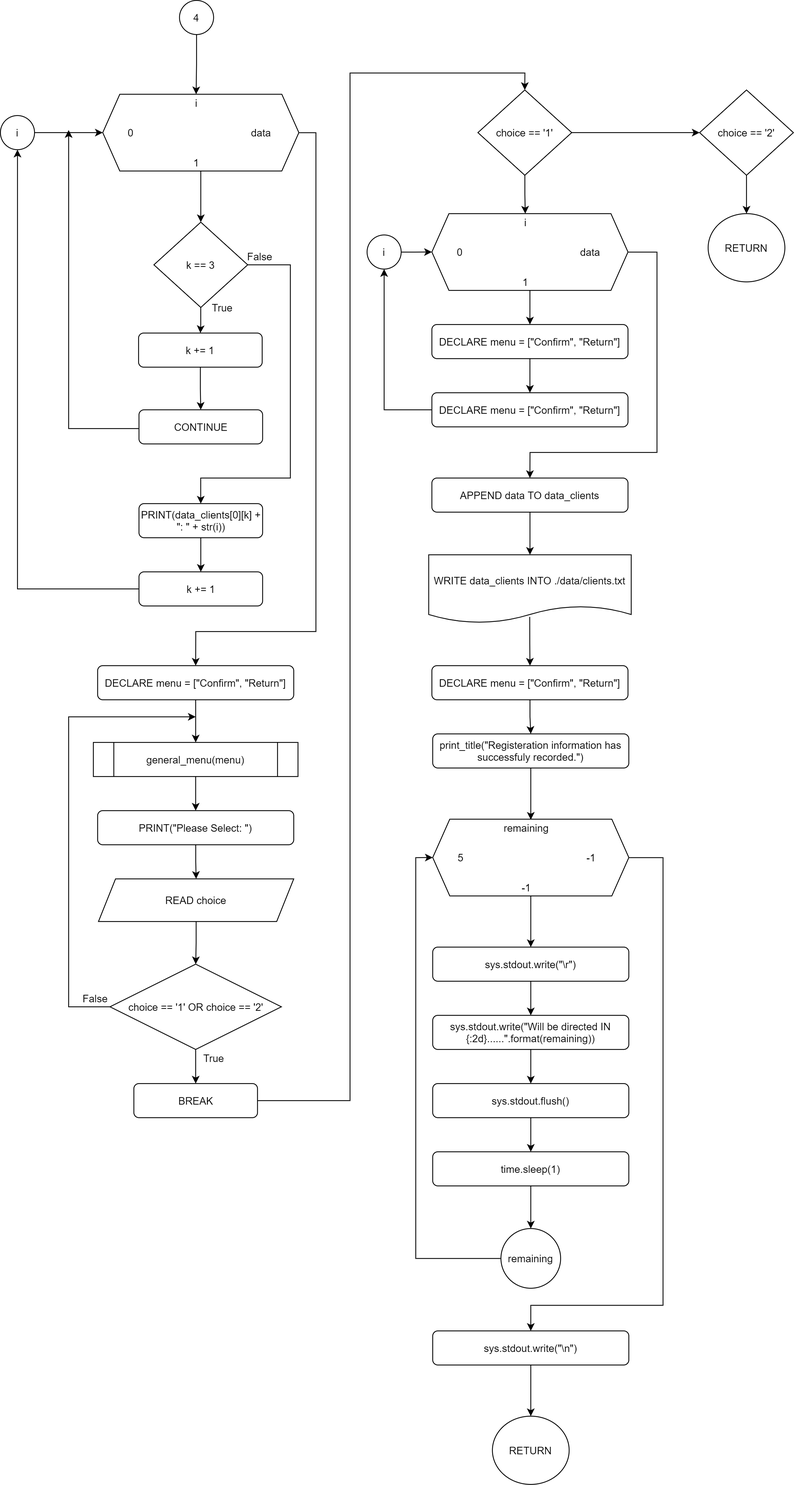
This is Flowchart/default/register_interface-Page-2.png from RabbitBear00/Car-Rental-System, a draw.io export, as it was before one commit. Source tidied: cells renumbered, new cells last; positions are measured from the earlier drawing's top-left corner, leaving out a move shared by most shapes.
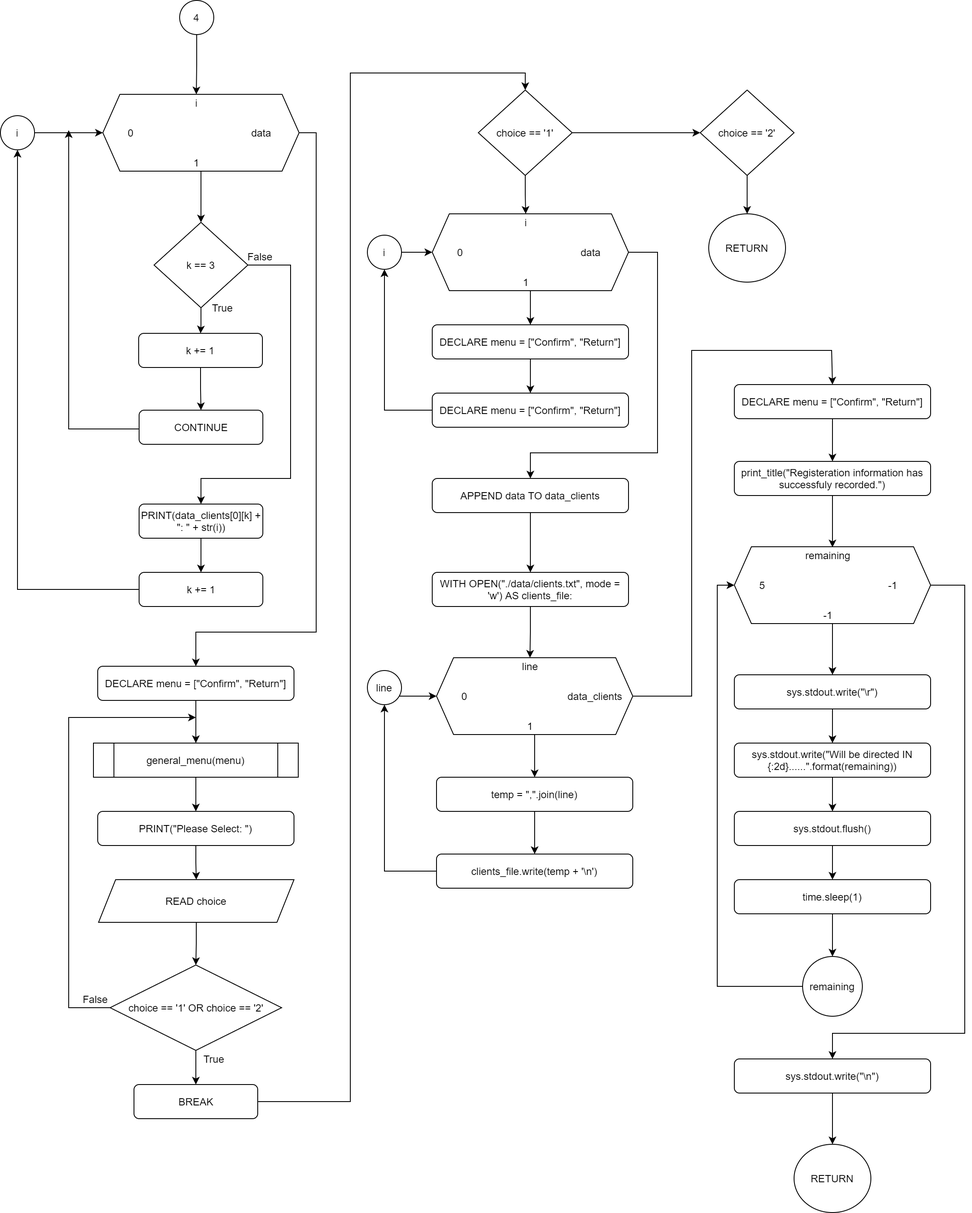
The same file after the commit.

Change to the diagram source:
```diff
@@ -206,18 +206,12 @@
     <mxCell id="60" value="i" style="ellipse;whiteSpace=wrap;html=1;" parent="1" vertex="1">
       <mxGeometry x="430" y="275" width="40" height="40" as="geometry" />
     </mxCell>
-    <mxCell id="61" style="edgeStyle=orthogonalEdgeStyle;rounded=0;jettySize=auto;html=1;" parent="1" edge="1" source="62" target="64">
-      <mxGeometry relative="1" as="geometry" />
-    </mxCell>
+    <mxCell id="91" style="edgeStyle=orthogonalEdgeStyle;rounded=0;jettySize=auto;html=1;entryX=0.5;entryY=0;entryDx=0;entryDy=0;" parent="1" edge="1" source="62" target="93">
+      <mxGeometry relative="1" as="geometry" />
+    </mxCell>
     <mxCell id="62" value="APPEND data TO data_clients" style="rounded=1;whiteSpace=wrap;html=1;" parent="1" vertex="1">
       <mxGeometry x="506" y="560" width="230" height="40" as="geometry" />
     </mxCell>
-    <mxCell id="63" style="edgeStyle=orthogonalEdgeStyle;rounded=0;jettySize=auto;html=1;exitX=0.499;exitY=0.91;exitDx=0;exitDy=0;exitPerimeter=0;" parent="1" edge="1" source="64" target="67">
-      <mxGeometry relative="1" as="geometry" />
-    </mxCell>
-    <mxCell id="64" value="&lt;span&gt;WRITE data_clients INTO&amp;nbsp;./data/clients.txt&lt;/span&gt;" style="shape=document;whiteSpace=wrap;html=1;boundedLbl=1;size=0.25;" parent="1" vertex="1">
-      <mxGeometry x="502.2" y="650" width="237.5" height="80" as="geometry" />
-    </mxCell>
     <mxCell id="65" style="edgeStyle=orthogonalEdgeStyle;rounded=0;jettySize=auto;html=1;entryX=0.5;entryY=0;entryDx=0;entryDy=0;" parent="1" edge="1" source="49" target="62">
       <mxGeometry relative="1" as="geometry">
         <Array as="points">
@@ -231,16 +225,16 @@
       <mxGeometry relative="1" as="geometry" />
     </mxCell>
     <mxCell id="67" value="DECLARE menu = [&quot;Confirm&quot;, &quot;Return&quot;]" style="rounded=1;whiteSpace=wrap;html=1;" parent="1" vertex="1">
-      <mxGeometry x="506" y="780" width="230" height="40" as="geometry" />
+      <mxGeometry x="860" y="450" width="230" height="40" as="geometry" />
     </mxCell>
     <mxCell id="68" style="edgeStyle=orthogonalEdgeStyle;rounded=0;jettySize=auto;html=1;entryX=0.625;entryY=0.033;entryDx=0;entryDy=0;entryPerimeter=0;" parent="1" edge="1" source="69" target="72">
       <mxGeometry relative="1" as="geometry" />
     </mxCell>
     <mxCell id="69" value="print_title(&quot;Registeration information has successfuly recorded.&quot;)" style="rounded=1;whiteSpace=wrap;html=1;" parent="1" vertex="1">
-      <mxGeometry x="507" y="860" width="230" height="40" as="geometry" />
+      <mxGeometry x="860" y="540" width="230" height="40" as="geometry" />
     </mxCell>
     <mxCell id="70" style="group;" parent="1" vertex="1">
-      <mxGeometry x="507" y="960" width="230" height="90" as="geometry" />
+      <mxGeometry x="860" y="640" width="230" height="90" as="geometry" />
     </mxCell>
     <mxCell id="71" style="shape=hexagon;perimeter=hexagonPerimeter2;whiteSpace=wrap;html=1;fixedSize=1;" parent="70" vertex="1">
       <mxGeometry width="230" height="90" as="geometry" />
@@ -261,45 +255,45 @@
       <mxGeometry relative="1" as="geometry" />
     </mxCell>
     <mxCell id="77" value="sys.stdout.write(&quot;\r&quot;)" style="rounded=1;whiteSpace=wrap;html=1;" parent="1" vertex="1">
-      <mxGeometry x="507" y="1110" width="230" height="40" as="geometry" />
+      <mxGeometry x="860" y="790" width="230" height="40" as="geometry" />
     </mxCell>
     <mxCell id="78" style="edgeStyle=orthogonalEdgeStyle;rounded=0;jettySize=auto;html=1;" parent="1" edge="1" source="79" target="81">
       <mxGeometry relative="1" as="geometry" />
     </mxCell>
     <mxCell id="79" value="sys.stdout.write(&quot;Will be directed IN {:2d}......&quot;.format(remaining))" style="rounded=1;whiteSpace=wrap;html=1;" parent="1" vertex="1">
-      <mxGeometry x="507" y="1190" width="230" height="40" as="geometry" />
+      <mxGeometry x="860" y="870" width="230" height="40" as="geometry" />
     </mxCell>
     <mxCell id="80" style="edgeStyle=orthogonalEdgeStyle;rounded=0;jettySize=auto;html=1;" parent="1" edge="1" source="81" target="83">
       <mxGeometry relative="1" as="geometry" />
     </mxCell>
     <mxCell id="81" value="sys.stdout.flush()" style="rounded=1;whiteSpace=wrap;html=1;" parent="1" vertex="1">
-      <mxGeometry x="507" y="1270" width="230" height="40" as="geometry" />
+      <mxGeometry x="860" y="950" width="230" height="40" as="geometry" />
     </mxCell>
     <mxCell id="82" style="edgeStyle=orthogonalEdgeStyle;rounded=0;jettySize=auto;html=1;" parent="1" edge="1" source="83" target="85">
       <mxGeometry relative="1" as="geometry" />
     </mxCell>
     <mxCell id="83" value="time.sleep(1)" style="rounded=1;whiteSpace=wrap;html=1;" parent="1" vertex="1">
-      <mxGeometry x="507" y="1350" width="230" height="40" as="geometry" />
+      <mxGeometry x="860" y="1030" width="230" height="40" as="geometry" />
     </mxCell>
     <mxCell id="84" style="edgeStyle=orthogonalEdgeStyle;rounded=0;jettySize=auto;html=1;entryX=0;entryY=0.5;entryDx=0;entryDy=0;" parent="1" edge="1" source="85" target="71">
       <mxGeometry relative="1" as="geometry">
         <Array as="points">
-          <mxPoint x="487" y="1475" />
-          <mxPoint x="487" y="1005" />
+          <mxPoint x="840" y="1155" />
+          <mxPoint x="840" y="685" />
         </Array>
       </mxGeometry>
     </mxCell>
     <mxCell id="85" value="remaining" style="ellipse;whiteSpace=wrap;html=1;" parent="1" vertex="1">
-      <mxGeometry x="587" y="1440" width="70" height="70" as="geometry" />
+      <mxGeometry x="940" y="1120" width="70" height="70" as="geometry" />
     </mxCell>
     <mxCell id="86" style="edgeStyle=orthogonalEdgeStyle;rounded=0;jettySize=auto;html=1;" parent="1" edge="1" source="87" target="88">
       <mxGeometry relative="1" as="geometry" />
     </mxCell>
     <mxCell id="87" value="sys.stdout.write(&quot;\n&quot;)" style="rounded=1;whiteSpace=wrap;html=1;" parent="1" vertex="1">
-      <mxGeometry x="507" y="1560" width="230" height="40" as="geometry" />
+      <mxGeometry x="860" y="1240" width="230" height="40" as="geometry" />
     </mxCell>
     <mxCell id="88" value="RETURN" style="ellipse;whiteSpace=wrap;html=1;" parent="1" vertex="1">
-      <mxGeometry x="577" y="1660" width="90" height="80" as="geometry" />
+      <mxGeometry x="930" y="1340" width="90" height="80" as="geometry" />
     </mxCell>
     <mxCell id="89" style="edgeStyle=orthogonalEdgeStyle;rounded=0;jettySize=auto;html=1;" parent="1" edge="1" source="71" target="77">
       <mxGeometry relative="1" as="geometry" />
@@ -307,11 +301,67 @@
     <mxCell id="90" style="edgeStyle=orthogonalEdgeStyle;rounded=0;jettySize=auto;html=1;entryX=0.5;entryY=0;entryDx=0;entryDy=0;" parent="1" edge="1" source="71" target="87">
       <mxGeometry relative="1" as="geometry">
         <Array as="points">
-          <mxPoint x="777" y="1005" />
-          <mxPoint x="777" y="1530" />
-          <mxPoint x="622" y="1530" />
+          <mxPoint x="1130" y="685" />
+          <mxPoint x="1130" y="1210" />
+          <mxPoint x="975" y="1210" />
         </Array>
       </mxGeometry>
     </mxCell>
+    <mxCell id="92" style="edgeStyle=orthogonalEdgeStyle;rounded=0;jettySize=auto;html=1;entryX=0.5;entryY=0;entryDx=0;entryDy=0;" parent="1" edge="1" source="93" target="96">
+      <mxGeometry relative="1" as="geometry" />
+    </mxCell>
+    <mxCell id="93" value="WITH OPEN(&quot;./data/clients.txt&quot;, mode = 'w') AS clients_file:" style="rounded=1;whiteSpace=wrap;html=1;" parent="1" vertex="1">
+      <mxGeometry x="506" y="670" width="230" height="40" as="geometry" />
+    </mxCell>
+    <mxCell id="94" style="group;" parent="1" vertex="1">
+      <mxGeometry x="511" y="770" width="230" height="90" as="geometry" />
+    </mxCell>
+    <mxCell id="95" style="shape=hexagon;perimeter=hexagonPerimeter2;whiteSpace=wrap;html=1;fixedSize=1;" parent="94" vertex="1">
+      <mxGeometry width="230" height="90" as="geometry" />
+    </mxCell>
+    <mxCell id="96" value="line" style="text;html=1;strokeColor=none;fillColor=none;align=center;verticalAlign=middle;whiteSpace=wrap;rounded=0;" parent="94" vertex="1">
+      <mxGeometry x="87.6" width="43.8" height="20" as="geometry" />
+    </mxCell>
+    <mxCell id="97" value="0" style="text;html=1;strokeColor=none;fillColor=none;align=center;verticalAlign=middle;whiteSpace=wrap;rounded=0;" parent="94" vertex="1">
+      <mxGeometry x="11" y="35" width="43.8" height="20" as="geometry" />
+    </mxCell>
+    <mxCell id="98" value="1" style="text;html=1;strokeColor=none;fillColor=none;align=center;verticalAlign=middle;whiteSpace=wrap;rounded=0;" parent="94" vertex="1">
+      <mxGeometry x="87.6" y="70" width="43.8" height="20" as="geometry" />
+    </mxCell>
+    <mxCell id="99" value="data_clients" style="text;html=1;strokeColor=none;fillColor=none;align=center;verticalAlign=middle;whiteSpace=wrap;rounded=0;" parent="94" vertex="1">
+      <mxGeometry x="164.3" y="35" width="43.8" height="20" as="geometry" />
+    </mxCell>
+    <mxCell id="100" style="edgeStyle=orthogonalEdgeStyle;rounded=0;jettySize=auto;html=1;" parent="1" edge="1" source="101" target="103">
+      <mxGeometry relative="1" as="geometry" />
+    </mxCell>
+    <mxCell id="101" value="temp = &quot;,&quot;.join(line)" style="rounded=1;whiteSpace=wrap;html=1;" parent="1" vertex="1">
+      <mxGeometry x="511" y="910" width="230" height="40" as="geometry" />
+    </mxCell>
+    <mxCell id="102" style="edgeStyle=orthogonalEdgeStyle;rounded=0;jettySize=auto;html=1;entryX=0.5;entryY=1;entryDx=0;entryDy=0;" parent="1" edge="1" source="103" target="106">
+      <mxGeometry relative="1" as="geometry" />
+    </mxCell>
+    <mxCell id="103" value="clients_file.write(temp + '\n')" style="rounded=1;whiteSpace=wrap;html=1;" parent="1" vertex="1">
+      <mxGeometry x="511" y="1000" width="230" height="40" as="geometry" />
+    </mxCell>
+    <mxCell id="104" style="edgeStyle=orthogonalEdgeStyle;rounded=0;jettySize=auto;html=1;" parent="1" edge="1" source="95" target="101">
+      <mxGeometry relative="1" as="geometry" />
+    </mxCell>
+    <mxCell id="105" style="edgeStyle=orthogonalEdgeStyle;rounded=0;jettySize=auto;html=1;entryX=0;entryY=0.5;entryDx=0;entryDy=0;" parent="1" edge="1" target="95">
+      <mxGeometry relative="1" as="geometry">
+        <mxPoint x="466" y="815" as="sourcePoint" />
+      </mxGeometry>
+    </mxCell>
+    <mxCell id="106" value="line" style="ellipse;whiteSpace=wrap;html=1;" parent="1" vertex="1">
+      <mxGeometry x="430" y="785" width="40" height="40" as="geometry" />
+    </mxCell>
+    <mxCell id="107" style="edgeStyle=orthogonalEdgeStyle;rounded=0;jettySize=auto;html=1;entryX=0.5;entryY=0;entryDx=0;entryDy=0;" parent="1" edge="1" source="95" target="67">
+      <mxGeometry relative="1" as="geometry">
+        <Array as="points">
+          <mxPoint x="810" y="815" />
+          <mxPoint x="810" y="410" />
+          <mxPoint x="974" y="410" />
+        </Array>
+      </mxGeometry>
+    </mxCell>
   </root>
 </mxGraphModel>
```
